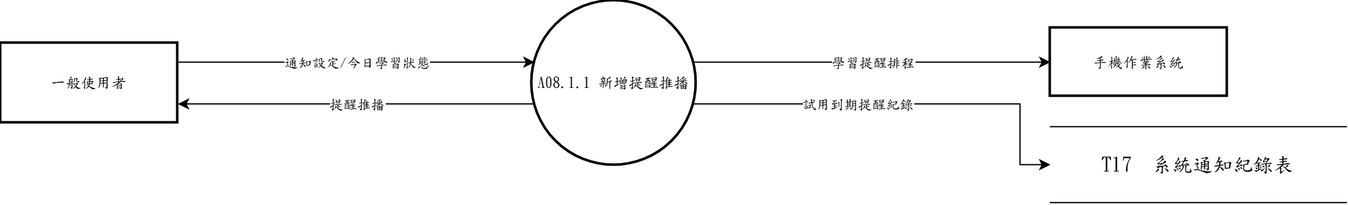
Earlier version of the draw.io export 系統文件/第6章/DFD圖/圖8/新/圖8.1.drawio.png (s22452007/115502). Source tidied: cells renumbered, new cells last; positions are measured from the earlier drawing's top-left corner, leaving out a move shared by most shapes.
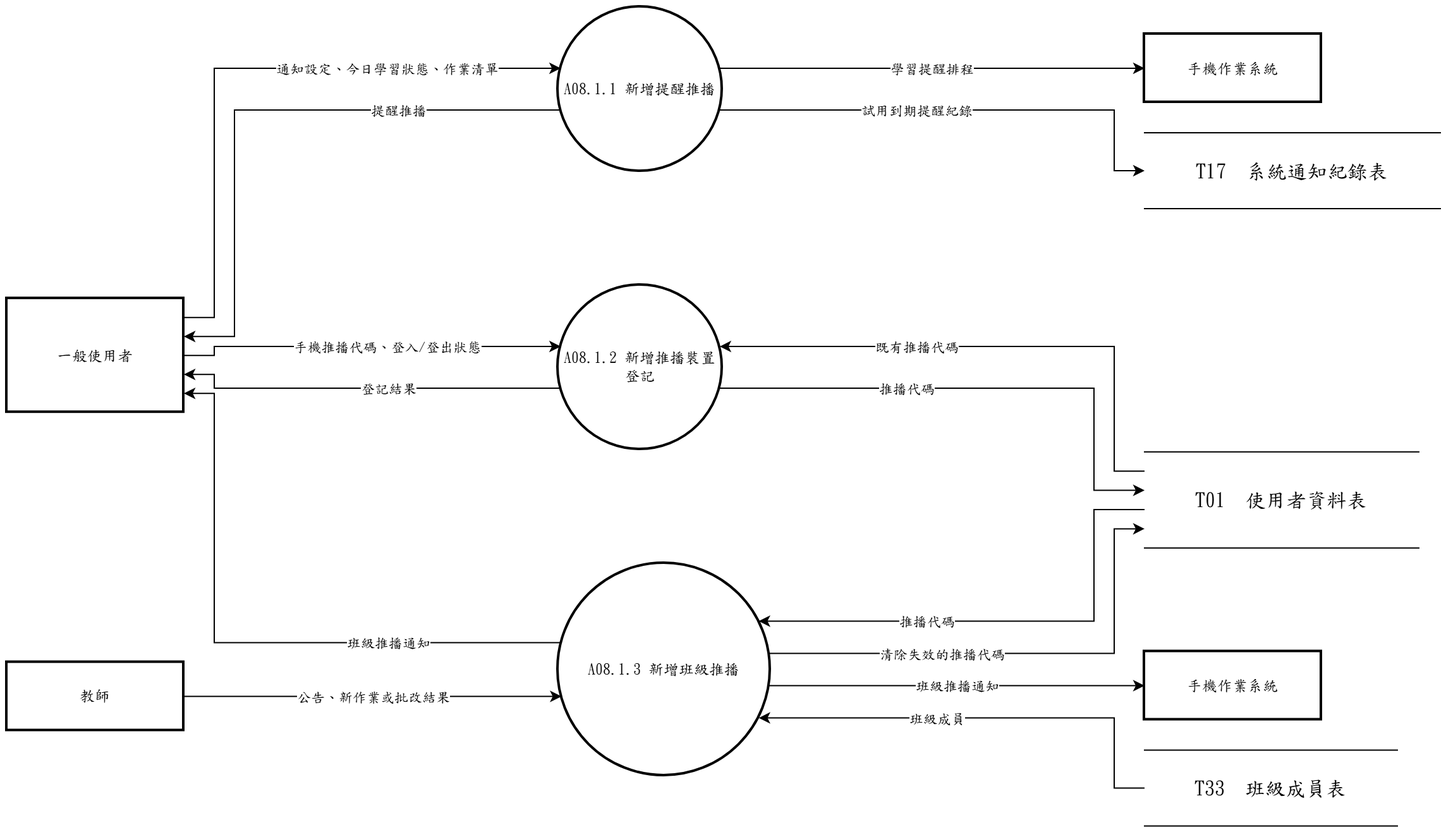
The same diagram one commit later.

Diff of the diagram source:
```diff
@@ -3,45 +3,173 @@
     <mxCell id="0" />
     <mxCell id="1" parent="0" />
     <mxCell id="2" value="A08.1.1 新增提醒推播" style="ellipse;strokeWidth=2;whiteSpace=wrap;html=1;fontFamily=標楷體;" parent="1" vertex="1">
-      <mxGeometry x="420" width="130" height="130" as="geometry" />
+      <mxGeometry x="436" width="130" height="130" as="geometry" />
     </mxCell>
-    <mxCell id="3" value="一般使用者" style="whiteSpace=wrap;strokeWidth=2;html=1;fontFamily=標楷體;" parent="1" vertex="1">
-      <mxGeometry y="33.5" width="140" height="63" as="geometry" />
+    <mxCell id="3" value="A08.1.2 新增推播裝置登記" style="ellipse;strokeWidth=2;whiteSpace=wrap;html=1;fontFamily=標楷體;" parent="1" vertex="1">
+      <mxGeometry x="436" y="220" width="130" height="130" as="geometry" />
     </mxCell>
-    <mxCell id="4" value="手機作業系統" style="whiteSpace=wrap;strokeWidth=2;html=1;fontFamily=標楷體;" parent="1" vertex="1">
-      <mxGeometry x="830" y="21.5" width="140" height="54" as="geometry" />
+    <mxCell id="4" value="A08.1.3 新增班級推播" style="ellipse;strokeWidth=2;whiteSpace=wrap;html=1;fontFamily=標楷體;" parent="1" vertex="1">
+      <mxGeometry x="436" y="440" width="168" height="168" as="geometry" />
     </mxCell>
-    <mxCell id="5" value="T17  系統通知紀錄表" style="shape=partialRectangle;whiteSpace=wrap;html=1;left=0;right=0;fontFamily=標楷體;fontSize=16;" parent="1" vertex="1">
-      <mxGeometry x="830" y="99.5" width="234" height="60" as="geometry" />
+    <mxCell id="5" value="一般使用者" style="whiteSpace=wrap;strokeWidth=2;html=1;fontFamily=標楷體;" parent="1" vertex="1">
+      <mxGeometry y="230.6" width="140" height="90" as="geometry" />
     </mxCell>
-    <mxCell id="6" style="edgeStyle=none;rounded=0;html=1;fontFamily=標楷體;endArrow=classic;exitX=1.0000;exitY=0.2383;exitDx=0;exitDy=0;exitPerimeter=0;entryX=0.0163;entryY=0.3733;entryDx=0;entryDy=0;entryPerimeter=0;" parent="1" edge="1" source="3" target="2">
-      <mxGeometry relative="1" as="geometry" />
+    <mxCell id="6" value="教師" style="whiteSpace=wrap;strokeWidth=2;html=1;fontFamily=標楷體;" parent="1" vertex="1">
+      <mxGeometry y="518.3" width="140" height="54" as="geometry" />
     </mxCell>
-    <mxCell id="7" value="通知設定/今日學習狀態" style="edgeLabel;html=1;align=center;verticalAlign=middle;points=[];fontFamily=標楷體;" parent="6" vertex="1">
-      <mxGeometry relative="1" as="geometry" />
+    <mxCell id="7" value="手機作業系統" style="whiteSpace=wrap;strokeWidth=2;html=1;fontFamily=標楷體;" parent="1" vertex="1">
+      <mxGeometry x="900" y="21.5" width="140" height="54" as="geometry" />
     </mxCell>
-    <mxCell id="8" style="edgeStyle=none;rounded=0;html=1;fontFamily=標楷體;endArrow=classic;exitX=0.0163;exitY=0.6267;exitDx=0;exitDy=0;exitPerimeter=0;entryX=1.0000;entryY=0.7617;entryDx=0;entryDy=0;entryPerimeter=0;" parent="1" edge="1" source="2" target="3">
-      <mxGeometry relative="1" as="geometry" />
+    <mxCell id="8" value="T17  系統通知紀錄表" style="shape=partialRectangle;whiteSpace=wrap;html=1;left=0;right=0;fontFamily=標楷體;fontSize=16;" parent="1" vertex="1">
+      <mxGeometry x="900" y="99.5" width="234" height="60" as="geometry" />
     </mxCell>
-    <mxCell id="9" value="提醒推播" style="edgeLabel;html=1;align=center;verticalAlign=middle;points=[];fontFamily=標楷體;" parent="8" vertex="1">
-      <mxGeometry relative="1" as="geometry" />
+    <mxCell id="9" value="T01  使用者資料表" style="shape=partialRectangle;whiteSpace=wrap;html=1;left=0;right=0;fontFamily=標楷體;fontSize=16;" parent="1" vertex="1">
+      <mxGeometry x="900" y="351.9" width="217" height="76" as="geometry" />
     </mxCell>
-    <mxCell id="10" style="edgeStyle=none;rounded=0;html=1;fontFamily=標楷體;endArrow=classic;exitX=0.9837;exitY=0.3733;exitDx=0;exitDy=0;exitPerimeter=0;entryX=0.0000;entryY=0.5000;entryDx=0;entryDy=0;entryPerimeter=0;" parent="1" edge="1" source="2" target="4">
-      <mxGeometry relative="1" as="geometry" />
+    <mxCell id="10" value="手機作業系統" style="whiteSpace=wrap;strokeWidth=2;html=1;fontFamily=標楷體;" parent="1" vertex="1">
+      <mxGeometry x="900" y="509.8" width="140" height="54" as="geometry" />
     </mxCell>
-    <mxCell id="11" value="學習提醒排程" style="edgeLabel;html=1;align=center;verticalAlign=middle;points=[];fontFamily=標楷體;" parent="10" vertex="1">
-      <mxGeometry relative="1" as="geometry" />
+    <mxCell id="11" value="T33  班級成員表" style="shape=partialRectangle;whiteSpace=wrap;html=1;left=0;right=0;fontFamily=標楷體;fontSize=16;" parent="1" vertex="1">
+      <mxGeometry x="900" y="587.8" width="200" height="60" as="geometry" />
     </mxCell>
-    <mxCell id="12" style="edgeStyle=none;rounded=0;html=1;fontFamily=標楷體;endArrow=classic;exitX=0.9837;exitY=0.6267;exitDx=0;exitDy=0;exitPerimeter=0;entryX=0.0000;entryY=0.5000;entryDx=0;entryDy=0;entryPerimeter=0;" parent="1" edge="1" source="2" target="5">
+    <mxCell id="12" style="edgeStyle=none;rounded=0;html=1;fontFamily=標楷體;endArrow=classic;exitX=1.0000;exitY=0.1667;exitDx=0;exitDy=0;exitPerimeter=0;entryX=0.0163;entryY=0.3733;entryDx=0;entryDy=0;entryPerimeter=0;" parent="1" edge="1" source="5" target="2">
       <mxGeometry relative="1" as="geometry">
         <Array as="points">
-          <mxPoint x="806" y="81.5" />
-          <mxPoint x="806" y="129.5" />
+          <mxPoint x="164" y="245.6" />
+          <mxPoint x="164" y="48.5" />
         </Array>
       </mxGeometry>
     </mxCell>
-    <mxCell id="13" value="試用到期提醒紀錄" style="edgeLabel;html=1;align=center;verticalAlign=middle;fontFamily=標楷體;" parent="12" vertex="1">
-      <mxGeometry x="-0.22" relative="1" as="geometry" />
+    <mxCell id="13" value="通知設定、今日學習狀態、作業清單" style="edgeLabel;html=1;align=center;verticalAlign=middle;fontFamily=標楷體;" parent="12" vertex="1">
+      <mxGeometry x="0.45" relative="1" as="geometry" />
     </mxCell>
+    <mxCell id="14" style="edgeStyle=none;rounded=0;html=1;fontFamily=標楷體;endArrow=classic;exitX=0.0163;exitY=0.6267;exitDx=0;exitDy=0;exitPerimeter=0;entryX=1.0000;entryY=0.3333;entryDx=0;entryDy=0;entryPerimeter=0;" parent="1" edge="1" source="2" target="5">
+      <mxGeometry relative="1" as="geometry">
+        <Array as="points">
+          <mxPoint x="180" y="81.5" />
+          <mxPoint x="180" y="260.6" />
+        </Array>
+      </mxGeometry>
+    </mxCell>
+    <mxCell id="15" value="提醒推播" style="edgeLabel;html=1;align=center;verticalAlign=middle;fontFamily=標楷體;" parent="14" vertex="1">
+      <mxGeometry x="-0.46" relative="1" as="geometry" />
+    </mxCell>
+    <mxCell id="16" style="edgeStyle=none;rounded=0;html=1;fontFamily=標楷體;endArrow=classic;exitX=0.9837;exitY=0.3733;exitDx=0;exitDy=0;exitPerimeter=0;entryX=0.0000;entryY=0.5000;entryDx=0;entryDy=0;entryPerimeter=0;" parent="1" edge="1" source="2" target="7">
+      <mxGeometry relative="1" as="geometry" />
+    </mxCell>
+    <mxCell id="17" value="學習提醒排程" style="edgeLabel;html=1;align=center;verticalAlign=middle;fontFamily=標楷體;" parent="16" vertex="1">
+      <mxGeometry relative="1" as="geometry" />
+    </mxCell>
+    <mxCell id="18" style="edgeStyle=none;rounded=0;html=1;fontFamily=標楷體;endArrow=classic;exitX=0.9837;exitY=0.6267;exitDx=0;exitDy=0;exitPerimeter=0;entryX=0.0000;entryY=0.5000;entryDx=0;entryDy=0;entryPerimeter=0;" parent="1" edge="1" source="2" target="8">
+      <mxGeometry relative="1" as="geometry">
+        <Array as="points">
+          <mxPoint x="876" y="81.5" />
+          <mxPoint x="876" y="129.5" />
+        </Array>
+      </mxGeometry>
+    </mxCell>
+    <mxCell id="19" value="試用到期提醒紀錄" style="edgeLabel;html=1;align=center;verticalAlign=middle;fontFamily=標楷體;" parent="18" vertex="1">
+      <mxGeometry x="-0.19" relative="1" as="geometry" />
+    </mxCell>
+    <mxCell id="20" style="edgeStyle=none;rounded=0;html=1;fontFamily=標楷體;endArrow=classic;exitX=1.0000;exitY=0.5000;exitDx=0;exitDy=0;exitPerimeter=0;entryX=0.0163;entryY=0.3733;entryDx=0;entryDy=0;entryPerimeter=0;" parent="1" edge="1" source="5" target="3">
+      <mxGeometry relative="1" as="geometry">
+        <Array as="points">
+          <mxPoint x="164" y="275.6" />
+          <mxPoint x="164" y="268.5" />
+        </Array>
+      </mxGeometry>
+    </mxCell>
+    <mxCell id="21" value="手機推播代碼、登入/登出狀態" style="edgeLabel;html=1;align=center;verticalAlign=middle;fontFamily=標楷體;" parent="20" vertex="1">
+      <mxGeometry x="0.1" relative="1" as="geometry" />
+    </mxCell>
+    <mxCell id="22" style="edgeStyle=none;rounded=0;html=1;fontFamily=標楷體;endArrow=classic;exitX=0.0000;exitY=0.2000;exitDx=0;exitDy=0;exitPerimeter=0;entryX=0.9837;entryY=0.3733;entryDx=0;entryDy=0;entryPerimeter=0;" parent="1" edge="1" source="9" target="3">
+      <mxGeometry relative="1" as="geometry">
+        <Array as="points">
+          <mxPoint x="876" y="367.1" />
+          <mxPoint x="876" y="268.5" />
+        </Array>
+      </mxGeometry>
+    </mxCell>
+    <mxCell id="23" value="既有推播代碼" style="edgeLabel;html=1;align=center;verticalAlign=middle;fontFamily=標楷體;" parent="22" vertex="1">
+      <mxGeometry x="0.28" relative="1" as="geometry" />
+    </mxCell>
+    <mxCell id="24" style="edgeStyle=none;rounded=0;html=1;fontFamily=標楷體;endArrow=classic;exitX=0.0163;exitY=0.6267;exitDx=0;exitDy=0;exitPerimeter=0;entryX=1.0000;entryY=0.6667;entryDx=0;entryDy=0;entryPerimeter=0;" parent="1" edge="1" source="3" target="5">
+      <mxGeometry relative="1" as="geometry">
+        <Array as="points">
+          <mxPoint x="164" y="301.5" />
+          <mxPoint x="164" y="290.6" />
+        </Array>
+      </mxGeometry>
+    </mxCell>
+    <mxCell id="25" value="登記結果" style="edgeLabel;html=1;align=center;verticalAlign=middle;fontFamily=標楷體;" parent="24" vertex="1">
+      <mxGeometry x="-0.11" relative="1" as="geometry" />
+    </mxCell>
+    <mxCell id="26" style="edgeStyle=none;rounded=0;html=1;fontFamily=標楷體;endArrow=classic;exitX=0.9837;exitY=0.6267;exitDx=0;exitDy=0;exitPerimeter=0;entryX=0.0000;entryY=0.4000;entryDx=0;entryDy=0;entryPerimeter=0;" parent="1" edge="1" source="3" target="9">
+      <mxGeometry relative="1" as="geometry">
+        <Array as="points">
+          <mxPoint x="860" y="301.5" />
+          <mxPoint x="860" y="382.3" />
+        </Array>
+      </mxGeometry>
+    </mxCell>
+    <mxCell id="27" value="推播代碼" style="edgeLabel;html=1;align=center;verticalAlign=middle;fontFamily=標楷體;" parent="26" vertex="1">
+      <mxGeometry x="-0.29" relative="1" as="geometry" />
+    </mxCell>
+    <mxCell id="28" style="edgeStyle=none;rounded=0;html=1;fontFamily=標楷體;endArrow=classic;exitX=1.0000;exitY=0.5000;exitDx=0;exitDy=0;exitPerimeter=0;entryX=0.0163;entryY=0.6267;entryDx=0;entryDy=0;entryPerimeter=0;" parent="1" edge="1" source="6" target="4">
+      <mxGeometry relative="1" as="geometry" />
+    </mxCell>
+    <mxCell id="29" value="公告、新作業或批改結果" style="edgeLabel;html=1;align=center;verticalAlign=middle;fontFamily=標楷體;" parent="28" vertex="1">
+      <mxGeometry relative="1" as="geometry" />
+    </mxCell>
+    <mxCell id="30" style="edgeStyle=none;rounded=0;html=1;fontFamily=標楷體;endArrow=classic;exitX=0.0000;exitY=0.6000;exitDx=0;exitDy=0;exitPerimeter=0;entryX=0.9450;entryY=0.2720;entryDx=0;entryDy=0;entryPerimeter=0;" parent="1" edge="1" source="9" target="4">
+      <mxGeometry relative="1" as="geometry">
+        <Array as="points">
+          <mxPoint x="860" y="397.5" />
+          <mxPoint x="860" y="485.7" />
+        </Array>
+      </mxGeometry>
+    </mxCell>
+    <mxCell id="31" value="推播代碼" style="edgeLabel;html=1;align=center;verticalAlign=middle;fontFamily=標楷體;" parent="30" vertex="1">
+      <mxGeometry x="0.33" relative="1" as="geometry" />
+    </mxCell>
+    <mxCell id="32" style="edgeStyle=none;rounded=0;html=1;fontFamily=標楷體;endArrow=classic;exitX=0.0000;exitY=0.5000;exitDx=0;exitDy=0;exitPerimeter=0;entryX=0.9450;entryY=0.7280;entryDx=0;entryDy=0;entryPerimeter=0;" parent="1" edge="1" source="11" target="4">
+      <mxGeometry relative="1" as="geometry">
+        <Array as="points">
+          <mxPoint x="876" y="617.8" />
+          <mxPoint x="876" y="562.3" />
+        </Array>
+      </mxGeometry>
+    </mxCell>
+    <mxCell id="33" value="班級成員" style="edgeLabel;html=1;align=center;verticalAlign=middle;fontFamily=標楷體;" parent="32" vertex="1">
+      <mxGeometry x="0.22" relative="1" as="geometry" />
+    </mxCell>
+    <mxCell id="34" style="edgeStyle=none;rounded=0;html=1;fontFamily=標楷體;endArrow=classic;exitX=0.0163;exitY=0.3733;exitDx=0;exitDy=0;exitPerimeter=0;entryX=1.0000;entryY=0.8333;entryDx=0;entryDy=0;entryPerimeter=0;" parent="1" edge="1" source="4" target="5">
+      <mxGeometry relative="1" as="geometry">
+        <Array as="points">
+          <mxPoint x="164" y="502.7" />
+          <mxPoint x="164" y="305.6" />
+        </Array>
+      </mxGeometry>
+    </mxCell>
+    <mxCell id="35" value="班級推播通知" style="edgeLabel;html=1;align=center;verticalAlign=middle;fontFamily=標楷體;" parent="34" vertex="1">
+      <mxGeometry x="-0.45" relative="1" as="geometry" />
+    </mxCell>
+    <mxCell id="36" style="edgeStyle=none;rounded=0;html=1;fontFamily=標楷體;endArrow=classic;exitX=0.9942;exitY=0.5760;exitDx=0;exitDy=0;exitPerimeter=0;entryX=0.0000;entryY=0.5000;entryDx=0;entryDy=0;entryPerimeter=0;" parent="1" edge="1" source="4" target="10">
+      <mxGeometry relative="1" as="geometry" />
+    </mxCell>
+    <mxCell id="37" value="班級推播通知" style="edgeLabel;html=1;align=center;verticalAlign=middle;fontFamily=標楷體;" parent="36" vertex="1">
+      <mxGeometry relative="1" as="geometry" />
+    </mxCell>
+    <mxCell id="38" style="edgeStyle=none;rounded=0;html=1;fontFamily=標楷體;endArrow=classic;exitX=0.9942;exitY=0.4240;exitDx=0;exitDy=0;exitPerimeter=0;entryX=0.0000;entryY=0.8000;entryDx=0;entryDy=0;entryPerimeter=0;" parent="1" edge="1" source="4" target="9">
+      <mxGeometry relative="1" as="geometry">
+        <Array as="points">
+          <mxPoint x="876" y="511.2" />
+          <mxPoint x="876" y="412.7" />
+        </Array>
+      </mxGeometry>
+    </mxCell>
+    <mxCell id="39" value="清除失效的推播代碼" style="edgeLabel;html=1;align=center;verticalAlign=middle;fontFamily=標楷體;" parent="38" vertex="1">
+      <mxGeometry x="-0.31" relative="1" as="geometry" />
+    </mxCell>
   </root>
 </mxGraphModel>
```
